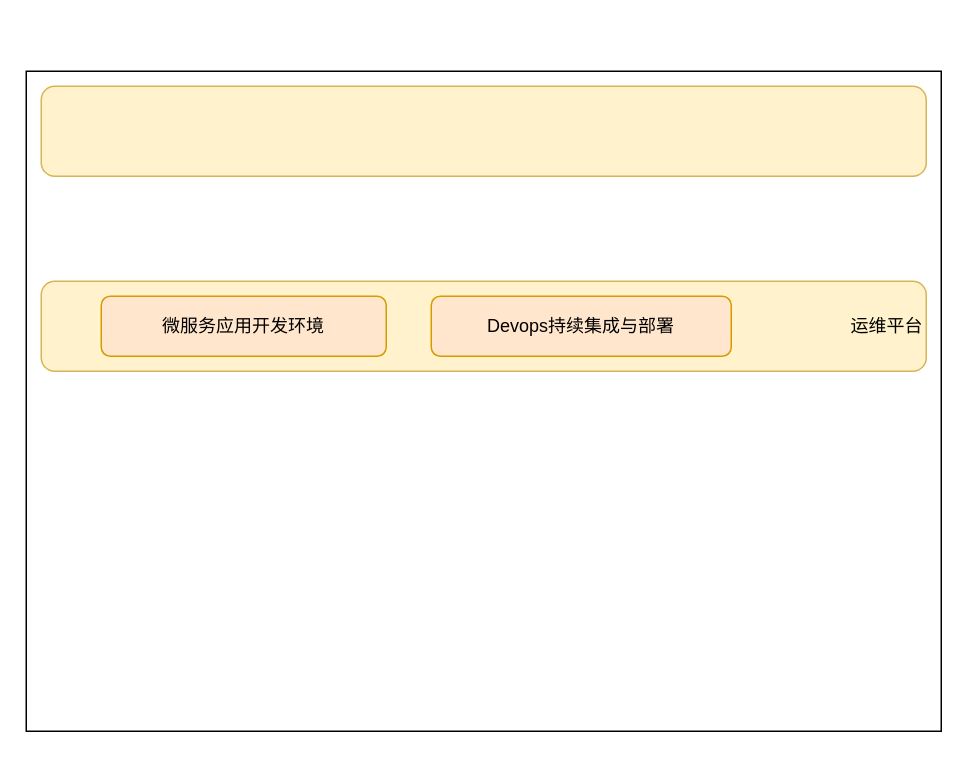
Before: other/algorithm.drawio in MMMLMF/notes, a draw.io diagram. Source tidied: cells renumbered, new cells numbered last; positions are measured from the earlier drawing's top-left corner, leaving out a move shared by most shapes. Both pictures are drawn from the tidied source at 150%, with x=0, y=0 at pixel (26, 70).
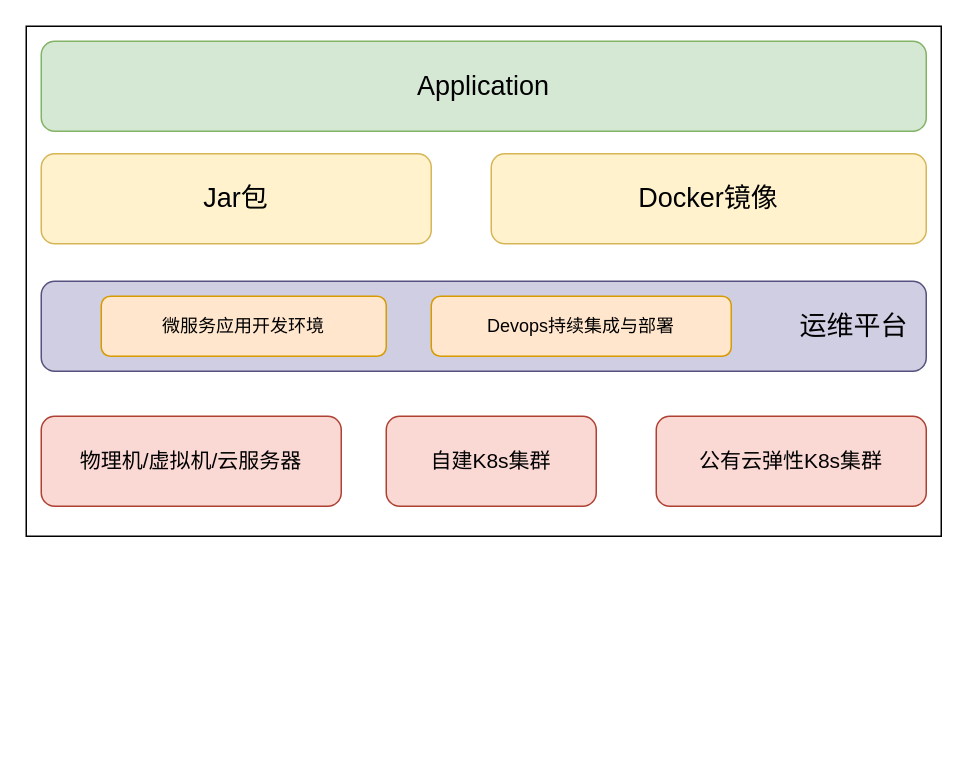
The same page after the edit.

Change to the diagram source:
```diff
@@
 <mxGraphModel>
   <root>
     <mxCell id="0" />
     <mxCell id="1" parent="0" />
     <mxCell id="2" style="rounded=0;whiteSpace=wrap;html=1;" parent="1" vertex="1">
-      <mxGeometry width="610" height="440" as="geometry" />
+      <mxGeometry y="-30" width="610" height="340" as="geometry" />
     </mxCell>
-    <mxCell id="3" value="运维平台" style="rounded=1;whiteSpace=wrap;html=1;fillColor=#fff2cc;strokeColor=#d6b656;align=right;" parent="1" vertex="1">
+    <mxCell id="3" value="&lt;font style=&quot;font-size: 18px&quot;&gt;运维平台&amp;nbsp;&amp;nbsp;&lt;/font&gt;" style="rounded=1;whiteSpace=wrap;html=1;fillColor=#d0cee2;strokeColor=#56517e;align=right;" parent="1" vertex="1">
       <mxGeometry x="10" y="140" width="590" height="60" as="geometry" />
     </mxCell>
-    <mxCell id="4" style="rounded=1;whiteSpace=wrap;html=1;fillColor=#fff2cc;strokeColor=#d6b656;" parent="1" vertex="1">
-      <mxGeometry x="10" y="10" width="590" height="60" as="geometry" />
+    <mxCell id="4" value="&lt;font style=&quot;font-size: 18px&quot;&gt;Application&lt;/font&gt;" style="rounded=1;whiteSpace=wrap;html=1;fillColor=#d5e8d4;strokeColor=#82b366;" parent="1" vertex="1">
+      <mxGeometry x="10" y="-20" width="590" height="60" as="geometry" />
     </mxCell>
     <mxCell id="5" value="微服务应用开发环境" style="rounded=1;whiteSpace=wrap;html=1;fillColor=#ffe6cc;strokeColor=#d79b00;" parent="1" vertex="1">
       <mxGeometry x="50" y="150" width="190" height="40" as="geometry" />
     </mxCell>
     <mxCell id="6" value="Devops持续集成与部署" style="rounded=1;whiteSpace=wrap;html=1;fillColor=#ffe6cc;strokeColor=#d79b00;" parent="1" vertex="1">
       <mxGeometry x="270" y="150" width="200" height="40" as="geometry" />
     </mxCell>
+    <mxCell id="7" value="&lt;font style=&quot;font-size: 18px&quot;&gt;Jar包&lt;/font&gt;" style="rounded=1;whiteSpace=wrap;html=1;fillColor=#fff2cc;strokeColor=#d6b656;" parent="1" vertex="1">
+      <mxGeometry x="10" y="55" width="260" height="60" as="geometry" />
+    </mxCell>
+    <mxCell id="8" value="&lt;font style=&quot;font-size: 18px&quot;&gt;Docker镜像&lt;/font&gt;" style="rounded=1;whiteSpace=wrap;html=1;fillColor=#fff2cc;strokeColor=#d6b656;" parent="1" vertex="1">
+      <mxGeometry x="310" y="55" width="290" height="60" as="geometry" />
+    </mxCell>
+    <mxCell id="9" value="&lt;font style=&quot;font-size: 14px&quot;&gt;物理机/虚拟机/云服务器&lt;/font&gt;" style="rounded=1;whiteSpace=wrap;html=1;fillColor=#fad9d5;strokeColor=#ae4132;" parent="1" vertex="1">
+      <mxGeometry x="10" y="230" width="200" height="60" as="geometry" />
+    </mxCell>
+    <mxCell id="10" value="&lt;span style=&quot;font-size: 14px&quot;&gt;自建K8s集群&lt;/span&gt;" style="rounded=1;whiteSpace=wrap;html=1;fillColor=#fad9d5;strokeColor=#ae4132;" parent="1" vertex="1">
+      <mxGeometry x="240" y="230" width="140" height="60" as="geometry" />
+    </mxCell>
+    <mxCell id="11" value="&lt;span style=&quot;font-size: 14px&quot;&gt;公有云弹性K8s集群&lt;/span&gt;" style="rounded=1;whiteSpace=wrap;html=1;fillColor=#fad9d5;strokeColor=#ae4132;" parent="1" vertex="1">
+      <mxGeometry x="420" y="230" width="180" height="60" as="geometry" />
+    </mxCell>
   </root>
 </mxGraphModel>
```
